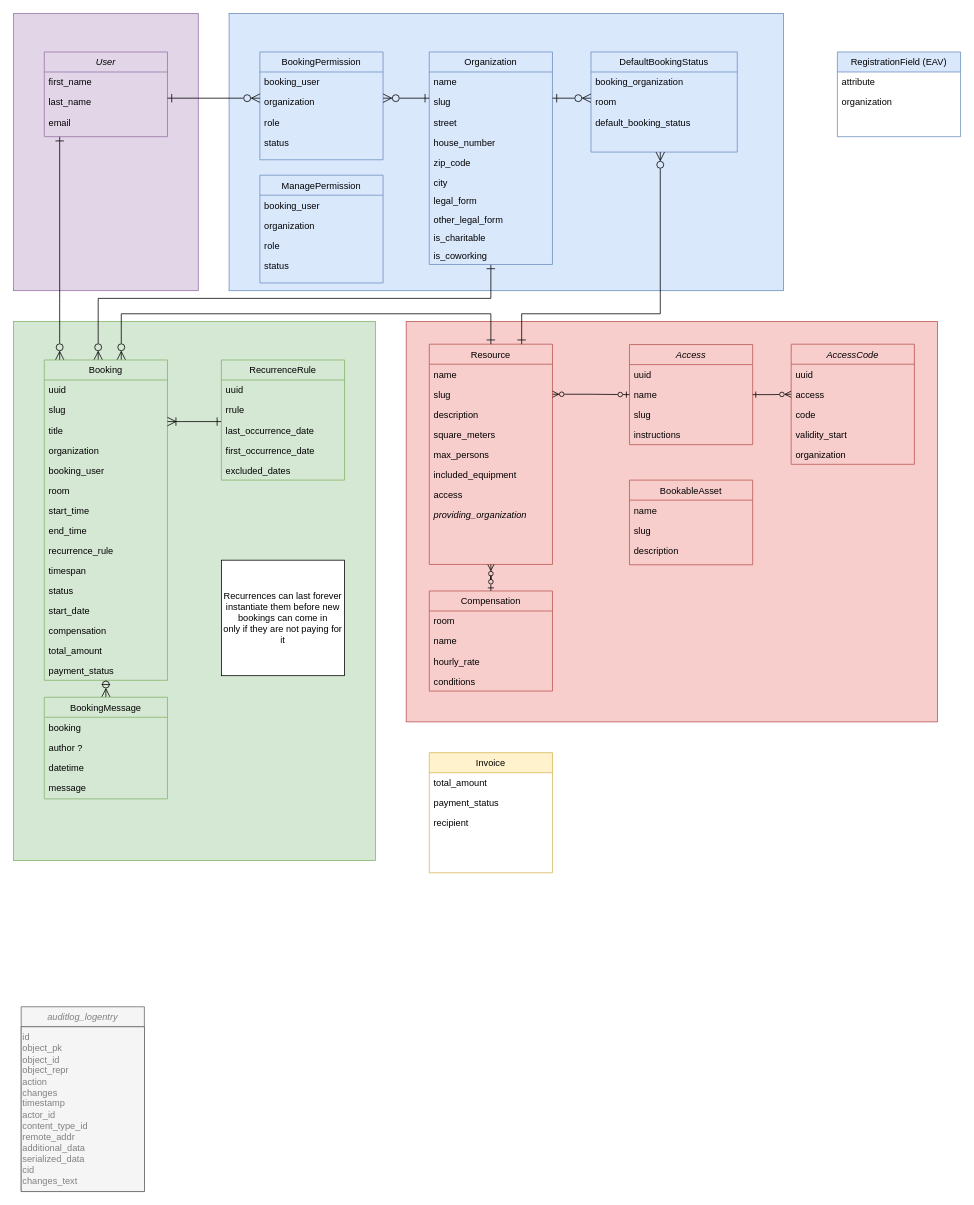
Before: docs/modelling/erd-v1.2.1.drawio in Haus-des-Engagements/re-sharing, a draw.io diagram. Source tidied: cells renumbered, new cells numbered last; positions are measured from the earlier drawing's top-left corner, leaving out a move shared by most shapes. Both pictures are drawn from the tidied source at 77%, with x=0, y=0 at pixel (13, 13).
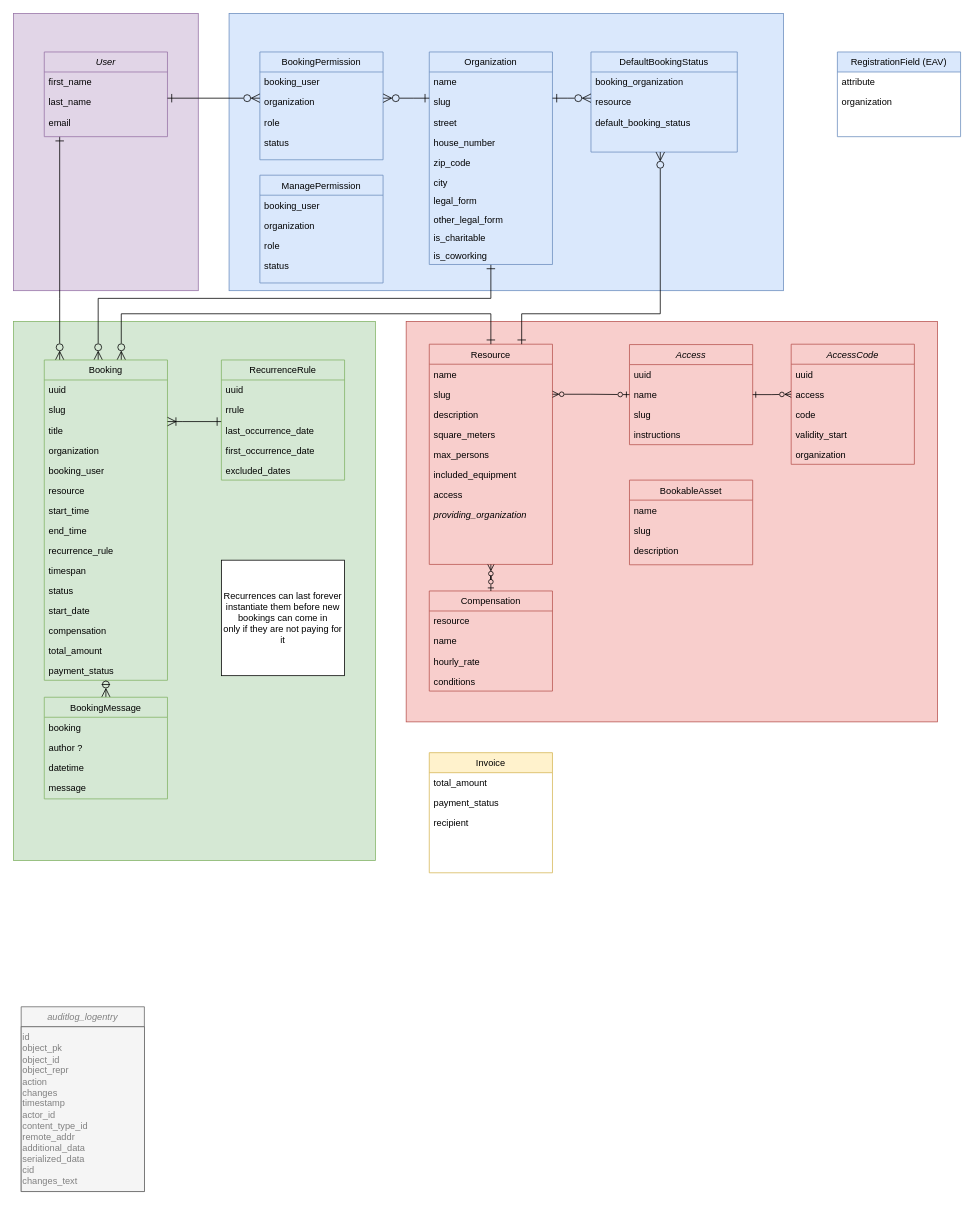
Above is the later version.

Unchanged cells that the change refers to:
```xml
<mxCell id="35" value="Booking" style="swimlane;fontStyle=0;align=center;verticalAlign=top;horizontal=1;startSize=26;rounded=0;shadow=0;strokeWidth=1;fillColor=#d5e8d4;strokeColor=#82b366;" parent="1" vertex="1">
  <mxGeometry x="40" y="450" width="160" height="416" as="geometry" />
</mxCell>
<mxCell id="58" value="DefaultBookingStatus" style="swimlane;fontStyle=0;align=center;verticalAlign=top;horizontal=1;startSize=26;rounded=0;shadow=0;strokeWidth=1;fillColor=#dae8fc;strokeColor=#6c8ebf;" parent="1" vertex="1">
  <mxGeometry x="750" y="50" width="190" height="130" as="geometry" />
</mxCell>
<mxCell id="71" value="Compensation" style="swimlane;fontStyle=0;align=center;verticalAlign=top;horizontal=1;startSize=26;rounded=0;shadow=0;strokeWidth=1;fillColor=#f8cecc;strokeColor=#b85450;" parent="1" vertex="1">
  <mxGeometry x="540" y="750" width="160" height="130" as="geometry" />
</mxCell>
```

What changed in the source:
```diff
@@
-    <mxCell id="41" value="room" style="text;align=left;verticalAlign=top;spacingLeft=4;spacingRight=4;overflow=hidden;" parent="35" vertex="1">
+    <mxCell id="41" value="resource" style="text;align=left;verticalAlign=top;spacingLeft=4;spacingRight=4;overflow=hidden;" parent="35" vertex="1">
       <mxGeometry y="156" width="160" height="26" as="geometry" />
     </mxCell>
@@
-    <mxCell id="60" value="room" style="text;align=left;verticalAlign=top;spacingLeft=4;spacingRight=4;overflow=hidden;rounded=0;shadow=0;html=0;" parent="58" vertex="1">
+    <mxCell id="60" value="resource" style="text;align=left;verticalAlign=top;spacingLeft=4;spacingRight=4;overflow=hidden;rounded=0;shadow=0;html=0;" parent="58" vertex="1">
       <mxGeometry y="52" width="190" height="26" as="geometry" />
     </mxCell>
@@
-    <mxCell id="72" value="room" style="text;align=left;verticalAlign=top;spacingLeft=4;spacingRight=4;overflow=hidden;rounded=0;shadow=0;html=0;" parent="71" vertex="1">
+    <mxCell id="72" value="resource" style="text;align=left;verticalAlign=top;spacingLeft=4;spacingRight=4;overflow=hidden;rounded=0;shadow=0;html=0;" parent="71" vertex="1">
       <mxGeometry y="26" width="160" height="26" as="geometry" />
     </mxCell>
```
